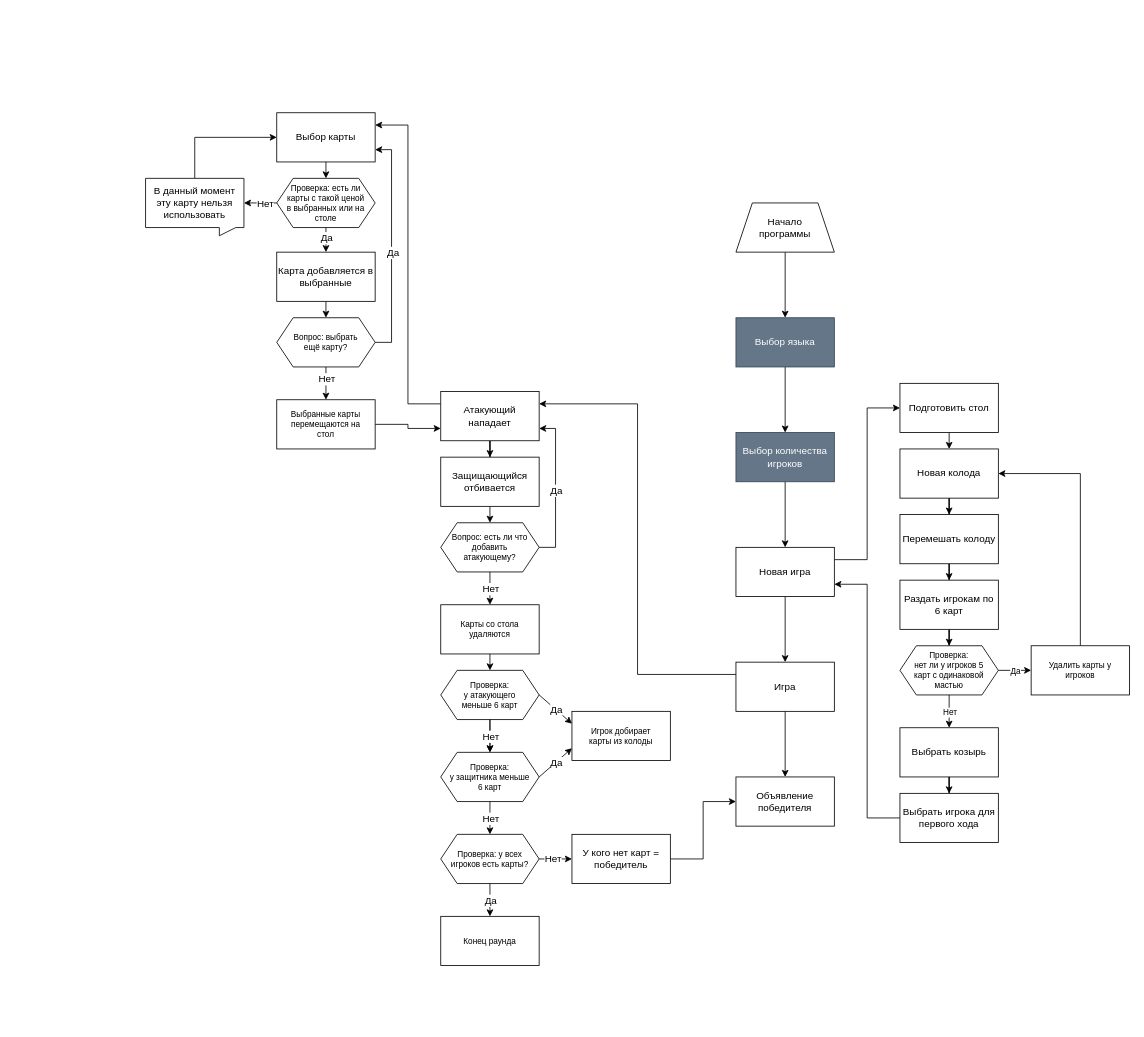
Before: Diagram.drawio in JxSol/Durak, a draw.io diagram. Source tidied: cells renumbered, new cells numbered last; positions are measured from the earlier drawing's top-left corner, leaving out a move shared by most shapes. Both pictures are drawn from the tidied source at 82%, with x=0, y=0 at pixel (145, 112).
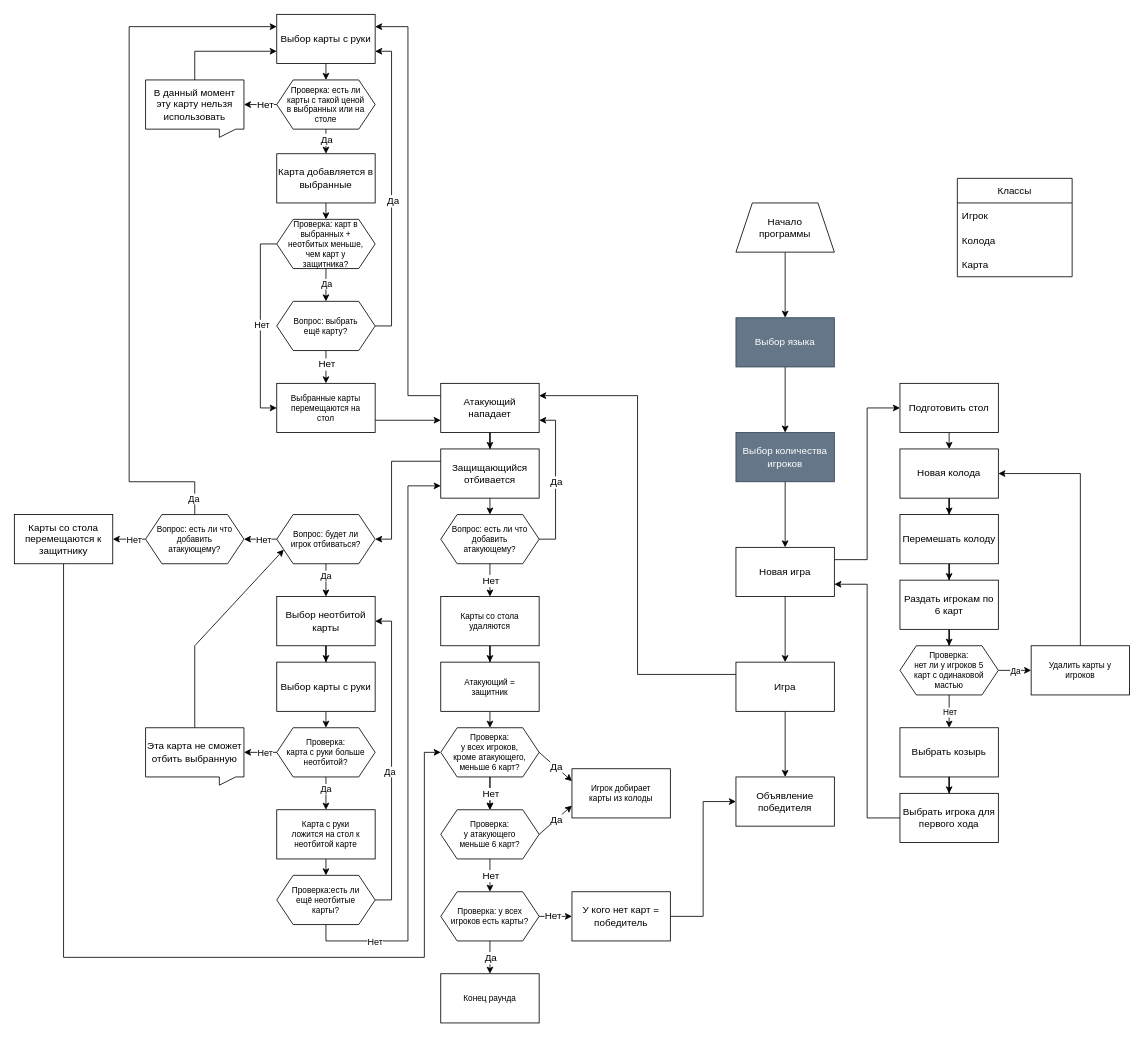
After the change.

Unchanged cells that the change refers to:
```xml
<mxCell id="79" style="edgeStyle=orthogonalEdgeStyle;rounded=0;jettySize=auto;html=1;fontSize=12;strokeColor=default;" parent="1" edge="1" source="81" target="83">
  <mxGeometry relative="1" as="geometry" />
</mxCell>
```

Change to the diagram source:
```diff
@@
     <mxCell id="35" value="Атакующий нападает" style="rounded=0;whiteSpace=wrap;html=1;fontSize=12;" parent="1" vertex="1">
-      <mxGeometry x="360" y="340" width="120" height="60" as="geometry" />
+      <mxGeometry x="360" y="330" width="120" height="60" as="geometry" />
     </mxCell>
@@
+    <mxCell id="84" style="edgeStyle=orthogonalEdgeStyle;rounded=0;jettySize=auto;html=1;exitX=0;exitY=0.25;exitDx=0;exitDy=0;entryX=1;entryY=0.5;entryDx=0;entryDy=0;" parent="1" edge="1" source="37" target="113">
+      <mxGeometry relative="1" as="geometry">
+        <Array as="points">
+          <mxPoint x="300" y="425" />
+          <mxPoint x="300" y="520" />
+        </Array>
+      </mxGeometry>
+    </mxCell>
     <mxCell id="37" value="Защищающийся отбивается" style="rounded=0;whiteSpace=wrap;html=1;fontSize=12;" parent="1" vertex="1">
-      <mxGeometry x="360" y="420" width="120" height="60" as="geometry" />
+      <mxGeometry x="360" y="410" width="120" height="60" as="geometry" />
     </mxCell>
@@
     <mxCell id="40" value="Вопрос: есть ли что добавить атакующему?" style="shape=hexagon;perimeter=hexagonPerimeter2;whiteSpace=wrap;html=1;fixedSize=1;fontSize=10;spacing=2;spacingLeft=10;spacingRight=10;" parent="1" vertex="1">
-      <mxGeometry x="360" y="500" width="120" height="60" as="geometry" />
+      <mxGeometry x="360" y="490" width="120" height="60" as="geometry" />
     </mxCell>
-    <mxCell id="41" style="edgeStyle=orthogonalEdgeStyle;rounded=0;jettySize=auto;html=1;exitX=0.5;exitY=1;exitDx=0;exitDy=0;entryX=0.5;entryY=0;entryDx=0;entryDy=0;fontSize=12;strokeColor=default;" parent="1" edge="1" source="42" target="46">
-      <mxGeometry relative="1" as="geometry" />
-    </mxCell>
+    <mxCell id="85" style="edgeStyle=orthogonalEdgeStyle;rounded=0;jettySize=auto;html=1;" parent="1" edge="1" source="42" target="122">
+      <mxGeometry relative="1" as="geometry" />
+    </mxCell>
     <mxCell id="42" value="Карты со стола удаляются" style="whiteSpace=wrap;html=1;fontSize=10;spacing=2;spacingLeft=10;spacingRight=10;" parent="1" vertex="1">
-      <mxGeometry x="360" y="600" width="120" height="60" as="geometry" />
+      <mxGeometry x="360" y="590" width="120" height="60" as="geometry" />
     </mxCell>
@@
-    <mxCell id="46" value="&lt;div&gt;Проверка:&lt;/div&gt;&lt;div&gt;у атакующего меньше 6 карт&lt;br&gt;&lt;/div&gt;" style="shape=hexagon;perimeter=hexagonPerimeter2;whiteSpace=wrap;html=1;fixedSize=1;fontSize=10;spacing=2;spacingLeft=10;spacingRight=10;" parent="1" vertex="1">
-      <mxGeometry x="360" y="680" width="120" height="60" as="geometry" />
+    <mxCell id="46" value="&lt;div&gt;Проверка:&lt;/div&gt;&lt;div&gt;у всех игроков, кроме атакующего, меньше 6 карт?&lt;br&gt;&lt;/div&gt;" style="shape=hexagon;perimeter=hexagonPerimeter2;whiteSpace=wrap;html=1;fixedSize=1;fontSize=10;spacing=2;spacingLeft=10;spacingRight=10;" parent="1" vertex="1">
+      <mxGeometry x="360" y="750" width="120" height="60" as="geometry" />
     </mxCell>
-    <mxCell id="47" value="&lt;div&gt;Проверка:&lt;/div&gt;&lt;div&gt;у защитника меньше 6 карт&lt;br&gt;&lt;/div&gt;" style="shape=hexagon;perimeter=hexagonPerimeter2;whiteSpace=wrap;html=1;fixedSize=1;fontSize=10;spacing=2;spacingLeft=10;spacingRight=10;" parent="1" vertex="1">
-      <mxGeometry x="360" y="780" width="120" height="60" as="geometry" />
+    <mxCell id="47" value="&lt;div&gt;Проверка:&lt;/div&gt;&lt;div&gt;у атакующего меньше 6 карт?&lt;br&gt;&lt;/div&gt;" style="shape=hexagon;perimeter=hexagonPerimeter2;whiteSpace=wrap;html=1;fixedSize=1;fontSize=10;spacing=2;spacingLeft=10;spacingRight=10;" parent="1" vertex="1">
+      <mxGeometry x="360" y="850" width="120" height="60" as="geometry" />
     </mxCell>
@@
     <mxCell id="50" value="Игрок добирает карты из колоды" style="whiteSpace=wrap;html=1;fontSize=10;spacing=2;spacingLeft=10;spacingRight=10;" parent="1" vertex="1">
-      <mxGeometry x="520" y="730" width="120" height="60" as="geometry" />
+      <mxGeometry x="520" y="800" width="120" height="60" as="geometry" />
     </mxCell>
@@
     <mxCell id="57" style="edgeStyle=orthogonalEdgeStyle;rounded=0;jettySize=auto;html=1;exitX=1;exitY=0.5;exitDx=0;exitDy=0;entryX=0;entryY=0.5;entryDx=0;entryDy=0;fontSize=12;strokeColor=default;" parent="1" edge="1" source="59" target="65">
       <mxGeometry relative="1" as="geometry">
         <Array as="points">
-          <mxPoint x="500" y="910" />
-          <mxPoint x="500" y="910" />
+          <mxPoint x="500" y="980" />
+          <mxPoint x="500" y="980" />
         </Array>
       </mxGeometry>
     </mxCell>
@@
     <mxCell id="59" value="&lt;div&gt;Проверка: у всех игроков есть карты?&lt;br&gt;&lt;/div&gt;" style="shape=hexagon;perimeter=hexagonPerimeter2;whiteSpace=wrap;html=1;fixedSize=1;fontSize=10;spacing=2;spacingLeft=10;spacingRight=10;" parent="1" vertex="1">
-      <mxGeometry x="360" y="880" width="120" height="60" as="geometry" />
+      <mxGeometry x="360" y="950" width="120" height="60" as="geometry" />
     </mxCell>
@@
     <mxCell id="62" value="Конец раунда" style="whiteSpace=wrap;html=1;fontSize=10;spacing=2;spacingLeft=10;spacingRight=10;" parent="1" vertex="1">
-      <mxGeometry x="360" y="980" width="120" height="60" as="geometry" />
+      <mxGeometry x="360" y="1050" width="120" height="60" as="geometry" />
     </mxCell>
@@
     <mxCell id="65" value="У кого нет карт = победитель" style="whiteSpace=wrap;html=1;" parent="1" vertex="1">
-      <mxGeometry x="520" y="880" width="120" height="60" as="geometry" />
+      <mxGeometry x="520" y="950" width="120" height="60" as="geometry" />
     </mxCell>
@@
-    <mxCell id="67" value="Выбор карты" style="rounded=0;whiteSpace=wrap;html=1;fontSize=12;" parent="1" vertex="1">
-      <mxGeometry x="160" width="120" height="60" as="geometry" />
+    <mxCell id="67" value="Выбор карты с руки" style="rounded=0;whiteSpace=wrap;html=1;fontSize=12;" parent="1" vertex="1">
+      <mxGeometry x="160" y="-120" width="120" height="60" as="geometry" />
     </mxCell>
@@
     <mxCell id="70" value="&lt;div&gt;Проверка: есть ли карты с такой ценой в выбранных или на столе&lt;br&gt;&lt;/div&gt;" style="shape=hexagon;perimeter=hexagonPerimeter2;whiteSpace=wrap;html=1;fixedSize=1;fontSize=10;spacing=2;spacingLeft=10;spacingRight=10;" parent="1" vertex="1">
-      <mxGeometry x="160" y="80" width="120" height="60" as="geometry" />
+      <mxGeometry x="160" y="-40" width="120" height="60" as="geometry" />
     </mxCell>
@@
-    <mxCell id="73" style="edgeStyle=orthogonalEdgeStyle;rounded=0;jettySize=auto;html=1;exitX=0.5;exitY=1;exitDx=0;exitDy=0;entryX=0.5;entryY=0;entryDx=0;entryDy=0;fontSize=12;strokeColor=default;" parent="1" edge="1" source="74" target="81">
+    <mxCell id="73" style="edgeStyle=orthogonalEdgeStyle;rounded=0;jettySize=auto;html=1;exitX=0.5;exitY=1;exitDx=0;exitDy=0;entryX=0.5;entryY=0;entryDx=0;entryDy=0;fontSize=12;strokeColor=default;" parent="1" edge="1" source="74" target="92">
       <mxGeometry relative="1" as="geometry" />
     </mxCell>
     <mxCell id="74" value="Карта добавляется в выбранные" style="rounded=0;whiteSpace=wrap;html=1;fontSize=12;" parent="1" vertex="1">
-      <mxGeometry x="160" y="170" width="120" height="60" as="geometry" />
+      <mxGeometry x="160" y="50" width="120" height="60" as="geometry" />
     </mxCell>
-    <mxCell id="75" style="edgeStyle=orthogonalEdgeStyle;rounded=0;jettySize=auto;html=1;exitX=0.5;exitY=0;exitDx=0;exitDy=0;exitPerimeter=0;entryX=0;entryY=0.5;entryDx=0;entryDy=0;fontSize=12;strokeColor=default;" parent="1" edge="1" source="76" target="67">
+    <mxCell id="75" style="edgeStyle=orthogonalEdgeStyle;rounded=0;jettySize=auto;html=1;exitX=0.5;exitY=0;exitDx=0;exitDy=0;exitPerimeter=0;entryX=0;entryY=0.75;entryDx=0;entryDy=0;fontSize=12;strokeColor=default;" parent="1" edge="1" source="76" target="67">
       <mxGeometry relative="1" as="geometry" />
     </mxCell>
     <mxCell id="76" value="В данный момент эту карту нельзя использовать" style="shape=callout;whiteSpace=wrap;html=1;perimeter=calloutPerimeter;fontSize=12;position2=0.75;size=10;position=0.75;base=20;" parent="1" vertex="1">
-      <mxGeometry y="80" width="120" height="70" as="geometry" />
+      <mxGeometry y="-40" width="120" height="70" as="geometry" />
     </mxCell>
@@
     <mxCell id="80" value="Нет" style="edgeLabel;html=1;align=center;verticalAlign=middle;fontSize=12;" parent="79" vertex="1">
-      <mxGeometry x="-0.28" relative="1" as="geometry" />
+      <mxGeometry x="-0.28" relative="1" as="geometry">
+        <mxPoint y="2" as="offset" />
+      </mxGeometry>
     </mxCell>
     <mxCell id="81" value="Вопрос: выбрать ещё карту?" style="shape=hexagon;perimeter=hexagonPerimeter2;whiteSpace=wrap;html=1;fixedSize=1;fontSize=10;spacing=2;spacingLeft=10;spacingRight=10;" parent="1" vertex="1">
-      <mxGeometry x="160" y="250" width="120" height="60" as="geometry" />
+      <mxGeometry x="160" y="230" width="120" height="60" as="geometry" />
     </mxCell>
-    <mxCell id="82" style="edgeStyle=orthogonalEdgeStyle;rounded=0;jettySize=auto;html=1;exitX=1;exitY=0.5;exitDx=0;exitDy=0;entryX=0;entryY=0.75;entryDx=0;entryDy=0;fontSize=12;strokeColor=default;" parent="1" edge="1" source="83" target="35">
+    <mxCell id="82" style="edgeStyle=orthogonalEdgeStyle;rounded=0;jettySize=auto;html=1;exitX=1;exitY=0.75;exitDx=0;exitDy=0;entryX=0;entryY=0.75;entryDx=0;entryDy=0;fontSize=12;strokeColor=default;" parent="1" edge="1" source="83" target="35">
       <mxGeometry relative="1" as="geometry" />
     </mxCell>
     <mxCell id="83" value="Выбранные карты перемещаются на стол" style="whiteSpace=wrap;html=1;fontSize=10;spacing=2;spacingLeft=10;spacingRight=10;" parent="1" vertex="1">
-      <mxGeometry x="160" y="350" width="120" height="60" as="geometry" />
+      <mxGeometry x="160" y="330" width="120" height="60" as="geometry" />
     </mxCell>
+    <mxCell id="86" style="edgeStyle=orthogonalEdgeStyle;rounded=0;jettySize=auto;html=1;" parent="1" edge="1" source="87" target="94">
+      <mxGeometry relative="1" as="geometry" />
+    </mxCell>
+    <mxCell id="87" value="Выбор неотбитой карты" style="rounded=0;whiteSpace=wrap;html=1;" parent="1" vertex="1">
+      <mxGeometry x="160" y="590" width="120" height="60" as="geometry" />
+    </mxCell>
+    <mxCell id="88" style="edgeStyle=orthogonalEdgeStyle;rounded=0;jettySize=auto;html=1;exitX=0.5;exitY=1;exitDx=0;exitDy=0;entryX=0.5;entryY=0;entryDx=0;entryDy=0;" parent="1" edge="1" source="92" target="81">
+      <mxGeometry relative="1" as="geometry" />
+    </mxCell>
+    <mxCell id="89" value="Да" style="edgeLabel;html=1;align=center;verticalAlign=middle;" parent="88" vertex="1">
+      <mxGeometry x="0.15" y="-1" relative="1" as="geometry">
+        <mxPoint x="1" y="-5" as="offset" />
+      </mxGeometry>
+    </mxCell>
+    <mxCell id="90" style="edgeStyle=orthogonalEdgeStyle;rounded=0;jettySize=auto;html=1;exitX=0;exitY=0.5;exitDx=0;exitDy=0;entryX=0;entryY=0.5;entryDx=0;entryDy=0;" parent="1" edge="1" source="92" target="83">
+      <mxGeometry relative="1" as="geometry" />
+    </mxCell>
+    <mxCell id="91" value="Нет" style="edgeLabel;html=1;align=center;verticalAlign=middle;" parent="90" vertex="1">
+      <mxGeometry x="-0.1" y="1" relative="1" as="geometry">
+        <mxPoint y="10" as="offset" />
+      </mxGeometry>
+    </mxCell>
+    <mxCell id="92" value="Проверка: карт в выбранных + неотбитых меньше, чем карт у защитника?" style="shape=hexagon;perimeter=hexagonPerimeter2;whiteSpace=wrap;html=1;fixedSize=1;fontSize=10;spacing=2;spacingLeft=10;spacingRight=10;" parent="1" vertex="1">
+      <mxGeometry x="160" y="130" width="120" height="60" as="geometry" />
+    </mxCell>
+    <mxCell id="93" style="edgeStyle=orthogonalEdgeStyle;rounded=0;jettySize=auto;html=1;exitX=0.5;exitY=1;exitDx=0;exitDy=0;entryX=0.5;entryY=0;entryDx=0;entryDy=0;" parent="1" edge="1" source="94" target="99">
+      <mxGeometry relative="1" as="geometry" />
+    </mxCell>
+    <mxCell id="94" value="Выбор карты с руки" style="rounded=0;whiteSpace=wrap;html=1;" parent="1" vertex="1">
+      <mxGeometry x="160" y="670" width="120" height="60" as="geometry" />
+    </mxCell>
+    <mxCell id="95" style="edgeStyle=orthogonalEdgeStyle;rounded=0;jettySize=auto;html=1;exitX=0;exitY=0.5;exitDx=0;exitDy=0;entryX=0;entryY=0;entryDx=120.00000000000001;entryDy=30;entryPerimeter=0;" parent="1" edge="1" source="99" target="101">
+      <mxGeometry relative="1" as="geometry" />
+    </mxCell>
+    <mxCell id="96" value="Нет" style="edgeLabel;html=1;align=center;verticalAlign=middle;" parent="95" vertex="1">
+      <mxGeometry x="-0.25" relative="1" as="geometry" />
+    </mxCell>
+    <mxCell id="97" style="edgeStyle=orthogonalEdgeStyle;rounded=0;jettySize=auto;html=1;" parent="1" edge="1" source="99" target="103">
+      <mxGeometry relative="1" as="geometry" />
+    </mxCell>
+    <mxCell id="98" value="Да" style="edgeLabel;html=1;align=center;verticalAlign=middle;" parent="97" vertex="1">
+      <mxGeometry x="-0.3" y="-1" relative="1" as="geometry" />
+    </mxCell>
+    <mxCell id="99" value="&lt;div&gt;Проверка:&lt;/div&gt;&lt;div&gt;карта с руки больше неотбитой?&lt;br&gt;&lt;/div&gt;" style="shape=hexagon;perimeter=hexagonPerimeter2;whiteSpace=wrap;html=1;fixedSize=1;fontSize=10;spacing=2;spacingLeft=10;spacingRight=10;" parent="1" vertex="1">
+      <mxGeometry x="160" y="750" width="120" height="60" as="geometry" />
+    </mxCell>
+    <mxCell id="100" style="rounded=0;jettySize=auto;html=1;exitX=0.5;exitY=0;exitDx=0;exitDy=0;exitPerimeter=0;entryX=0;entryY=0.75;entryDx=0;entryDy=0;elbow=vertical;" parent="1" edge="1" source="101" target="113">
+      <mxGeometry relative="1" as="geometry">
+        <Array as="points">
+          <mxPoint x="60" y="650" />
+        </Array>
+      </mxGeometry>
+    </mxCell>
+    <mxCell id="101" value="Эта карта не сможет отбить выбранную" style="shape=callout;whiteSpace=wrap;html=1;perimeter=calloutPerimeter;fontSize=12;position2=0.75;size=10;position=0.75;base=20;" parent="1" vertex="1">
+      <mxGeometry y="750" width="120" height="70" as="geometry" />
+    </mxCell>
+    <mxCell id="102" style="edgeStyle=orthogonalEdgeStyle;rounded=0;jettySize=auto;html=1;exitX=0.5;exitY=1;exitDx=0;exitDy=0;entryX=0.5;entryY=0;entryDx=0;entryDy=0;" parent="1" edge="1" source="103" target="108">
+      <mxGeometry relative="1" as="geometry" />
+    </mxCell>
+    <mxCell id="103" value="Карта с руки ложится на стол к неотбитой карте" style="whiteSpace=wrap;html=1;fontSize=10;spacing=2;spacingLeft=10;spacingRight=10;" parent="1" vertex="1">
+      <mxGeometry x="160" y="850" width="120" height="60" as="geometry" />
+    </mxCell>
+    <mxCell id="104" style="edgeStyle=orthogonalEdgeStyle;rounded=0;jettySize=auto;html=1;exitX=1;exitY=0.5;exitDx=0;exitDy=0;entryX=1;entryY=0.5;entryDx=0;entryDy=0;" parent="1" edge="1" source="108" target="87">
+      <mxGeometry relative="1" as="geometry" />
+    </mxCell>
+    <mxCell id="105" value="Да" style="edgeLabel;html=1;align=center;verticalAlign=middle;" parent="104" vertex="1">
+      <mxGeometry x="-0.07" y="3" relative="1" as="geometry" />
+    </mxCell>
+    <mxCell id="106" style="edgeStyle=orthogonalEdgeStyle;rounded=0;jettySize=auto;html=1;exitX=0.5;exitY=1;exitDx=0;exitDy=0;entryX=0;entryY=0.75;entryDx=0;entryDy=0;" parent="1" edge="1" source="108" target="37">
+      <mxGeometry relative="1" as="geometry" />
+    </mxCell>
+    <mxCell id="107" value="Нет" style="edgeLabel;html=1;align=center;verticalAlign=middle;" parent="106" vertex="1">
+      <mxGeometry x="-0.78" y="-1" relative="1" as="geometry" />
+    </mxCell>
+    <mxCell id="108" value="&lt;div&gt;Проверка:есть ли ещё неотбитые карты?&lt;br&gt;&lt;/div&gt;" style="shape=hexagon;perimeter=hexagonPerimeter2;whiteSpace=wrap;html=1;fixedSize=1;fontSize=10;spacing=2;spacingLeft=10;spacingRight=10;" parent="1" vertex="1">
+      <mxGeometry x="160" y="930" width="120" height="60" as="geometry" />
+    </mxCell>
+    <mxCell id="109" style="edgeStyle=orthogonalEdgeStyle;rounded=0;jettySize=auto;html=1;exitX=0.5;exitY=1;exitDx=0;exitDy=0;entryX=0.5;entryY=0;entryDx=0;entryDy=0;" parent="1" edge="1" source="113" target="87">
+      <mxGeometry relative="1" as="geometry" />
+    </mxCell>
+    <mxCell id="110" value="Да" style="edgeLabel;html=1;align=center;verticalAlign=middle;" parent="109" vertex="1">
+      <mxGeometry x="-0.28" y="-1" relative="1" as="geometry" />
+    </mxCell>
+    <mxCell id="111" style="edgeStyle=orthogonalEdgeStyle;rounded=0;jettySize=auto;html=1;exitX=0;exitY=0.5;exitDx=0;exitDy=0;entryX=1;entryY=0.5;entryDx=0;entryDy=0;" parent="1" edge="1" source="113" target="120">
+      <mxGeometry relative="1" as="geometry" />
+    </mxCell>
+    <mxCell id="112" value="Нет" style="edgeLabel;html=1;align=center;verticalAlign=middle;" parent="111" vertex="1">
+      <mxGeometry x="-0.34" y="1" relative="1" as="geometry">
+        <mxPoint x="-4" y="-1" as="offset" />
+      </mxGeometry>
+    </mxCell>
+    <mxCell id="113" value="Вопрос: будет ли игрок отбиваться?" style="shape=hexagon;perimeter=hexagonPerimeter2;whiteSpace=wrap;html=1;fixedSize=1;fontSize=10;spacing=2;spacingLeft=10;spacingRight=10;" parent="1" vertex="1">
+      <mxGeometry x="160" y="490" width="120" height="60" as="geometry" />
+    </mxCell>
+    <mxCell id="114" style="edgeStyle=orthogonalEdgeStyle;rounded=0;jettySize=auto;html=1;exitX=0.5;exitY=1;exitDx=0;exitDy=0;entryX=0;entryY=0.5;entryDx=0;entryDy=0;" parent="1" edge="1" source="115" target="46">
+      <mxGeometry relative="1" as="geometry">
+        <Array as="points">
+          <mxPoint x="-100" y="1030" />
+          <mxPoint x="340" y="1030" />
+          <mxPoint x="340" y="780" />
+        </Array>
+      </mxGeometry>
+    </mxCell>
+    <mxCell id="115" value="Карты со стола перемещаются к защитнику" style="rounded=0;whiteSpace=wrap;html=1;" parent="1" vertex="1">
+      <mxGeometry x="-160" y="490" width="120" height="60" as="geometry" />
+    </mxCell>
+    <mxCell id="116" style="edgeStyle=orthogonalEdgeStyle;rounded=0;jettySize=auto;html=1;exitX=0;exitY=0.5;exitDx=0;exitDy=0;entryX=1;entryY=0.5;entryDx=0;entryDy=0;" parent="1" edge="1" source="120" target="115">
+      <mxGeometry relative="1" as="geometry" />
+    </mxCell>
+    <mxCell id="117" value="Нет" style="edgeLabel;html=1;align=center;verticalAlign=middle;" parent="116" vertex="1">
+      <mxGeometry x="-0.23" relative="1" as="geometry" />
+    </mxCell>
+    <mxCell id="118" style="edgeStyle=orthogonalEdgeStyle;rounded=0;jettySize=auto;html=1;exitX=0.5;exitY=0;exitDx=0;exitDy=0;entryX=0;entryY=0.25;entryDx=0;entryDy=0;" parent="1" edge="1" source="120" target="67">
+      <mxGeometry relative="1" as="geometry">
+        <Array as="points">
+          <mxPoint x="60" y="450" />
+          <mxPoint x="-20" y="450" />
+          <mxPoint x="-20" y="-105" />
+        </Array>
+      </mxGeometry>
+    </mxCell>
+    <mxCell id="119" value="Да" style="edgeLabel;html=1;align=center;verticalAlign=middle;" parent="118" vertex="1">
+      <mxGeometry x="-0.93" y="2" relative="1" as="geometry">
+        <mxPoint y="10" as="offset" />
+      </mxGeometry>
+    </mxCell>
+    <mxCell id="120" value="Вопрос: есть ли что добавить атакующему?" style="shape=hexagon;perimeter=hexagonPerimeter2;whiteSpace=wrap;html=1;fixedSize=1;fontSize=10;spacing=2;spacingLeft=10;spacingRight=10;" parent="1" vertex="1">
+      <mxGeometry y="490" width="120" height="60" as="geometry" />
+    </mxCell>
+    <mxCell id="121" style="edgeStyle=orthogonalEdgeStyle;rounded=0;jettySize=auto;html=1;exitX=0.5;exitY=1;exitDx=0;exitDy=0;entryX=0.5;entryY=0;entryDx=0;entryDy=0;" parent="1" edge="1" source="122" target="46">
+      <mxGeometry relative="1" as="geometry" />
+    </mxCell>
+    <mxCell id="122" value="Атакующий = защитник" style="whiteSpace=wrap;html=1;fontSize=10;spacing=2;spacingLeft=10;spacingRight=10;" parent="1" vertex="1">
+      <mxGeometry x="360" y="670" width="120" height="60" as="geometry" />
+    </mxCell>
+    <mxCell id="123" value="Классы" style="swimlane;fontStyle=0;horizontal=1;startSize=30;" parent="1" vertex="1">
+      <mxGeometry x="990" y="80" width="140" height="120" as="geometry" />
+    </mxCell>
+    <mxCell id="124" value="Игрок" style="text;strokeColor=none;fillColor=none;align=left;verticalAlign=middle;spacingLeft=4;spacingRight=4;overflow=hidden;" parent="123" vertex="1">
+      <mxGeometry y="30" width="140" height="30" as="geometry" />
+    </mxCell>
+    <mxCell id="125" value="Колода" style="text;strokeColor=none;fillColor=none;align=left;verticalAlign=middle;spacingLeft=4;spacingRight=4;overflow=hidden;" parent="123" vertex="1">
+      <mxGeometry y="60" width="140" height="30" as="geometry" />
+    </mxCell>
+    <mxCell id="126" value="Карта" style="text;strokeColor=none;fillColor=none;align=left;verticalAlign=middle;spacingLeft=4;spacingRight=4;overflow=hidden;" parent="123" vertex="1">
+      <mxGeometry y="90" width="140" height="30" as="geometry" />
+    </mxCell>
```
